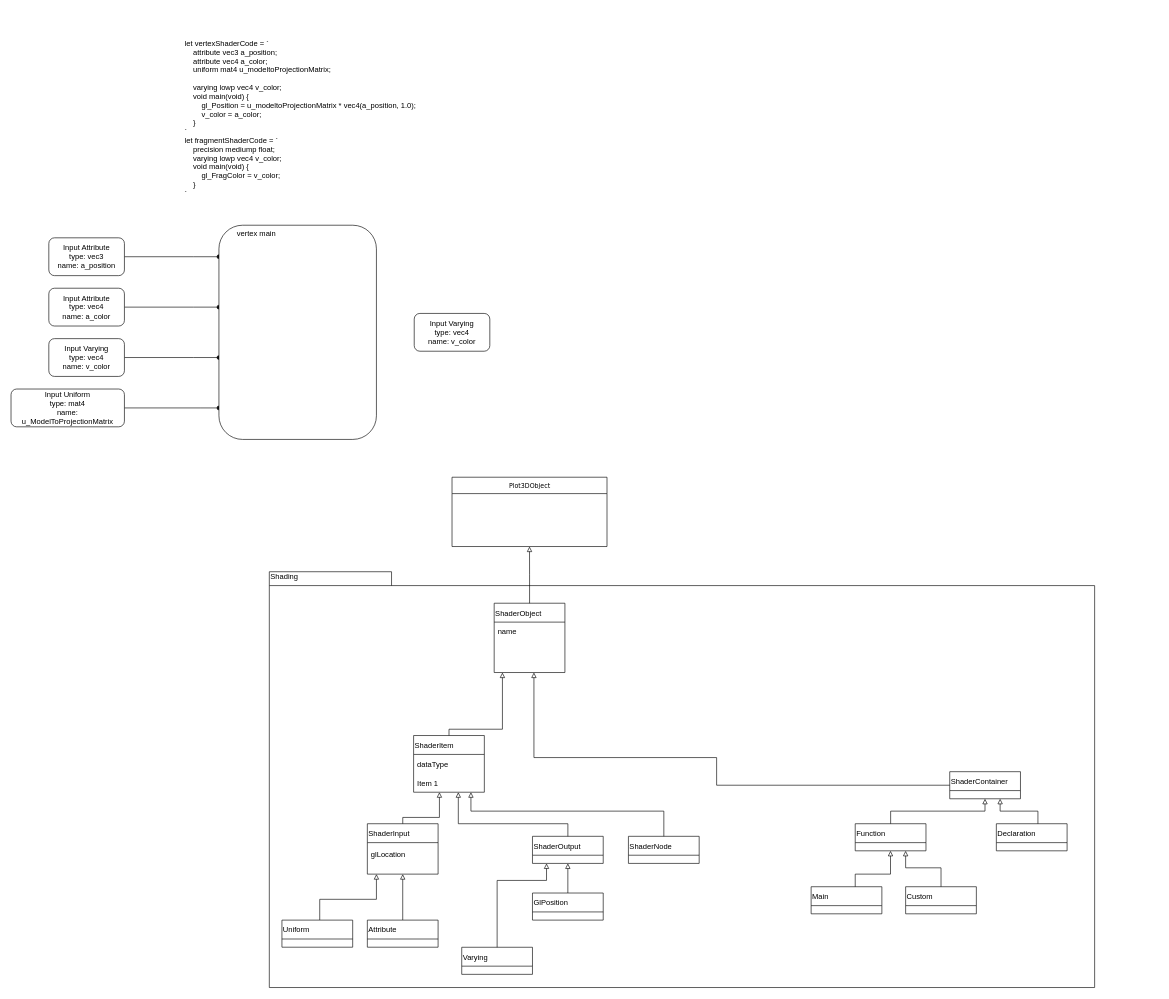
Earlier version of the draw.io diagram public/doc/shaderBuilderClasses.drawio (etk66296/Plot3D). Source tidied: cells renumbered, new cells numbered last; positions are measured from the earlier drawing's top-left corner, leaving out a move shared by most shapes. Both pictures are drawn from the tidied source at 63%, with x=0, y=0 at pixel (11, 11).
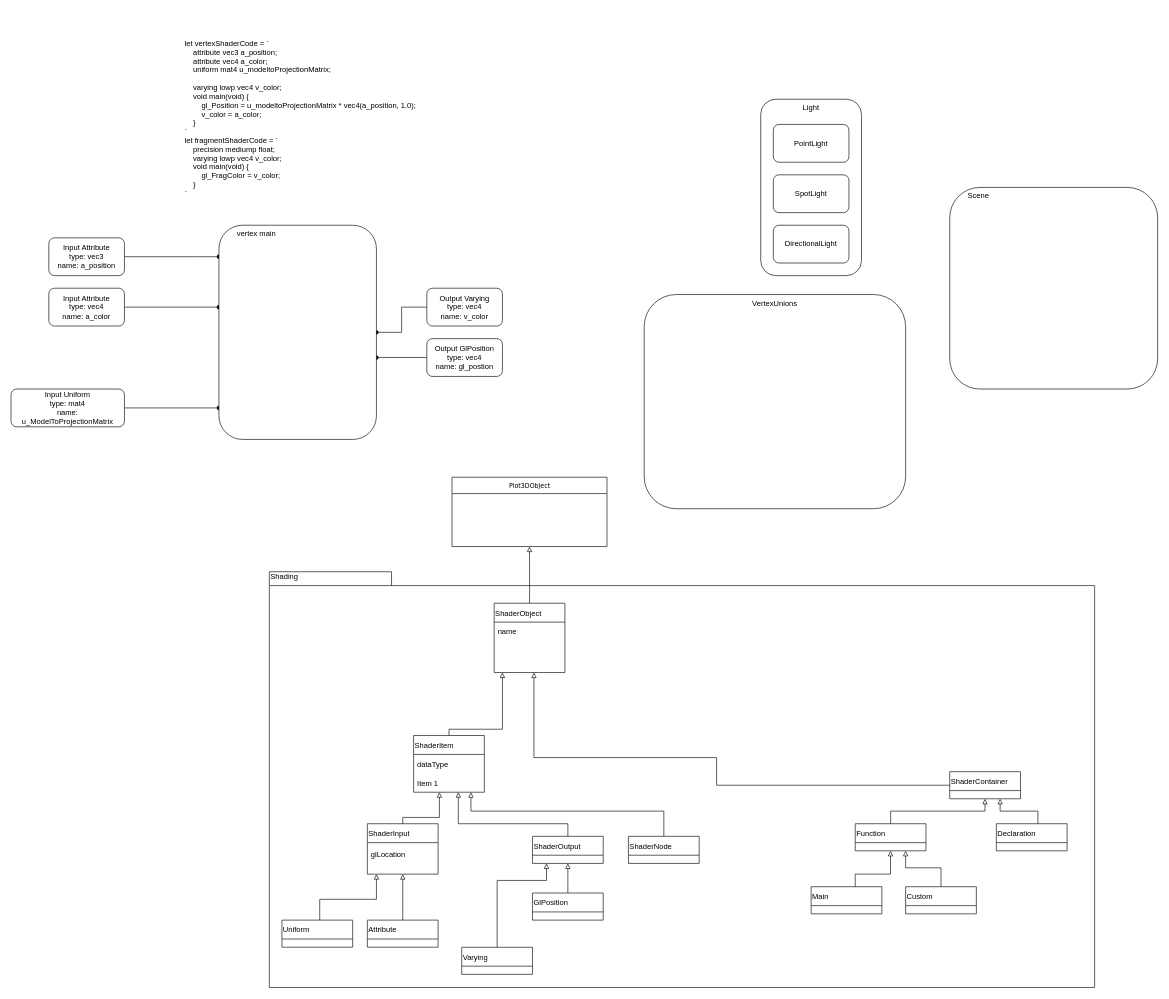
The same diagram, later.

Commit message (it also covers changes not shown here):
standalone project for testing different shader usage

Unchanged cells that the change refers to:
```xml
<mxCell id="47" value="&lt;span style=&quot;white-space: pre&quot;&gt;&#9;&lt;/span&gt;vertex main" style="rounded=1;whiteSpace=wrap;html=1;align=left;verticalAlign=top;" parent="1" vertex="1">
  <mxGeometry x="330" y="340" width="250" height="340" as="geometry" />
</mxCell>
```

What changed in the source:
```diff
@@
-    <mxCell id="45" style="edgeStyle=orthogonalEdgeStyle;rounded=0;jettySize=auto;html=1;exitX=1;exitY=0.5;exitDx=0;exitDy=0;endArrow=oval;endFill=1;" parent="1" edge="1" source="46" target="47">
-      <mxGeometry relative="1" as="geometry">
-        <Array as="points">
-          <mxPoint x="290" y="550" />
-          <mxPoint x="290" y="550" />
-        </Array>
-      </mxGeometry>
-    </mxCell>
-    <mxCell id="46" value="Input Varying&lt;br&gt;type: vec4&lt;br&gt;name: v_color" style="rounded=1;whiteSpace=wrap;html=1;" parent="1" vertex="1">
-      <mxGeometry x="60" y="520" width="120" height="60" as="geometry" />
-    </mxCell>
+    <mxCell id="49" style="edgeStyle=orthogonalEdgeStyle;rounded=0;jettySize=auto;html=1;endArrow=none;endFill=0;startArrow=oval;startFill=1;" parent="1" edge="1" source="47" target="48">
+      <mxGeometry relative="1" as="geometry" />
+    </mxCell>
+    <mxCell id="50" style="edgeStyle=orthogonalEdgeStyle;rounded=0;jettySize=auto;html=1;startArrow=oval;startFill=1;endArrow=none;endFill=0;" parent="1" edge="1" source="47" target="51">
+      <mxGeometry relative="1" as="geometry">
+        <Array as="points">
+          <mxPoint x="600" y="550" />
+          <mxPoint x="600" y="550" />
+        </Array>
+      </mxGeometry>
+    </mxCell>
@@
-    <mxCell id="48" value="Input Varying&lt;br&gt;type: vec4&lt;br&gt;name: v_color" style="rounded=1;whiteSpace=wrap;html=1;" parent="1" vertex="1">
-      <mxGeometry x="640" y="480" width="120" height="60" as="geometry" />
+    <mxCell id="48" value="Output Varying&lt;br&gt;type: vec4&lt;br&gt;name: v_color" style="rounded=1;whiteSpace=wrap;html=1;" parent="1" vertex="1">
+      <mxGeometry x="660" y="440" width="120" height="60" as="geometry" />
     </mxCell>
+    <mxCell id="51" value="Output GlPosition&lt;br&gt;type: vec4&lt;br&gt;name: gl_postion" style="rounded=1;whiteSpace=wrap;html=1;" parent="1" vertex="1">
+      <mxGeometry x="660" y="520" width="120" height="60" as="geometry" />
+    </mxCell>
+    <mxCell id="52" value="&lt;span style=&quot;white-space: pre&quot;&gt;&#9;&lt;/span&gt;Scene" style="rounded=1;whiteSpace=wrap;html=1;align=left;verticalAlign=top;" parent="1" vertex="1">
+      <mxGeometry x="1490" y="280" width="330" height="320" as="geometry" />
+    </mxCell>
+    <mxCell id="53" value="Light" style="rounded=1;whiteSpace=wrap;html=1;align=center;verticalAlign=top;" parent="1" vertex="1">
+      <mxGeometry x="1190" y="140" width="160" height="280" as="geometry" />
+    </mxCell>
+    <mxCell id="54" value="PointLight" style="rounded=1;whiteSpace=wrap;html=1;" parent="1" vertex="1">
+      <mxGeometry x="1210" y="180" width="120" height="60" as="geometry" />
+    </mxCell>
+    <mxCell id="55" value="SpotLight" style="rounded=1;whiteSpace=wrap;html=1;" parent="1" vertex="1">
+      <mxGeometry x="1210" y="260" width="120" height="60" as="geometry" />
+    </mxCell>
+    <mxCell id="56" value="DirectionalLight" style="rounded=1;whiteSpace=wrap;html=1;" parent="1" vertex="1">
+      <mxGeometry x="1210" y="340" width="120" height="60" as="geometry" />
+    </mxCell>
+    <mxCell id="57" value="VertexUnions" style="rounded=1;whiteSpace=wrap;html=1;align=center;verticalAlign=top;" parent="1" vertex="1">
+      <mxGeometry x="1005" y="450" width="415" height="340" as="geometry" />
+    </mxCell>
```
